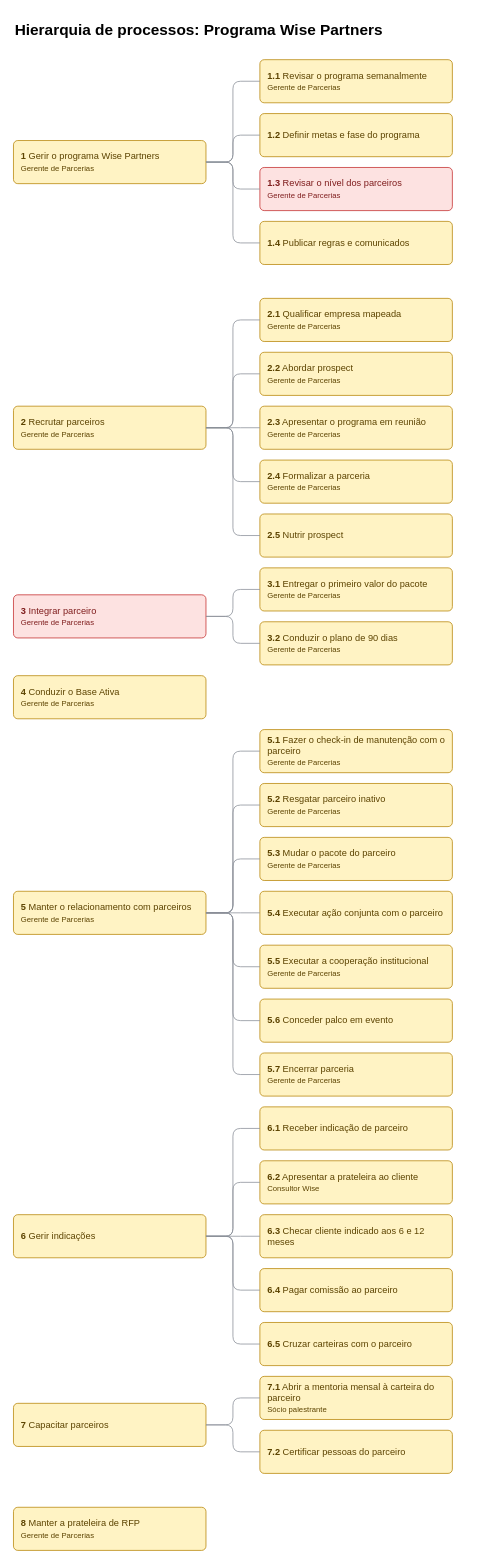
The draw.io diagram page "Hierarquia" (2 of 7) of mapeamentos/wise-partners/saidas/mapa.drawio in Guilherme-MFaccin/Wise-Partners, before the edit. Source tidied: cells renumbered, new cells numbered last; positions are measured from the earlier drawing's top-left corner, leaving out a move shared by most shapes. Both pictures are drawn from the tidied source at 77%, with x=0, y=0 at pixel (13, 13).
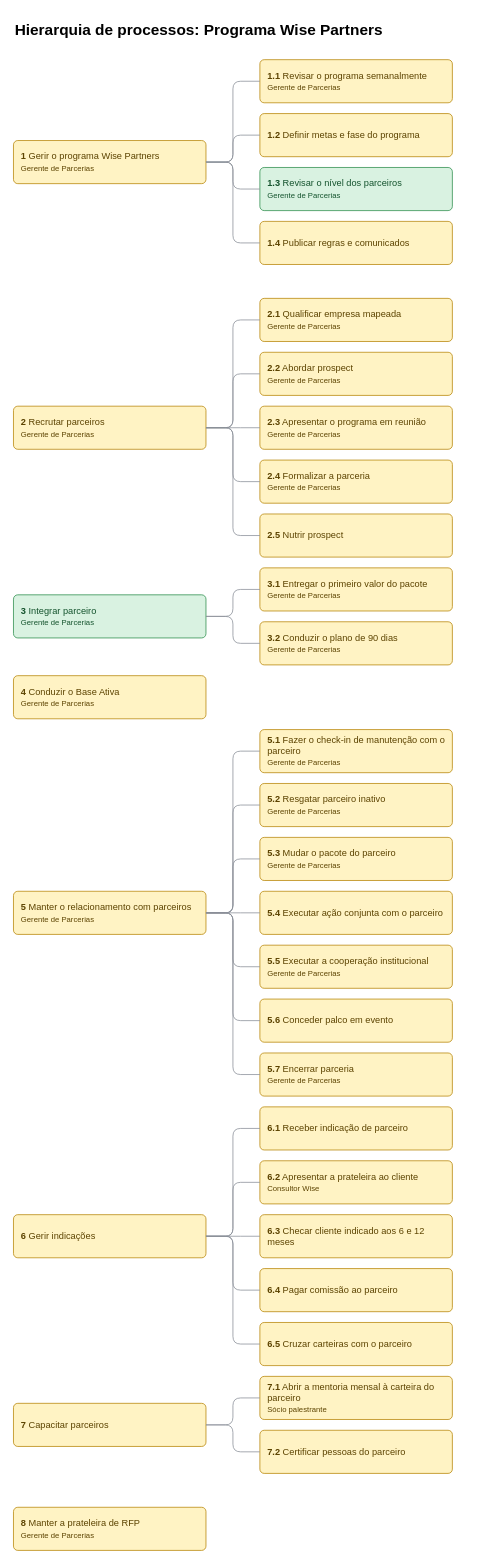
Above is the later version.

Diff of the diagram source:
```diff
@@
-    <mxCell id="6" value="&lt;b&gt;1.3&lt;/b&gt; Revisar o nível dos parceiros&lt;br&gt;&lt;font style='font-size:10px'&gt;Gerente de Parcerias&lt;/font&gt;" style="rounded=1;whiteSpace=wrap;html=1;arcSize=10;fillColor=#FDE2E1;strokeColor=#C53030;fontColor=#7F1D1D;fontSize=12;align=left;spacingLeft=8;" parent="1" vertex="1">
+    <mxCell id="6" value="&lt;b&gt;1.3&lt;/b&gt; Revisar o nível dos parceiros&lt;br&gt;&lt;font style='font-size:10px'&gt;Gerente de Parcerias&lt;/font&gt;" style="rounded=1;whiteSpace=wrap;html=1;arcSize=10;fillColor=#D9F2E1;strokeColor=#2F8F4E;fontColor=#14532D;fontSize=12;align=left;spacingLeft=8;" parent="1" vertex="1">
       <mxGeometry x="320" y="200" width="250" height="56" as="geometry" />
     </mxCell>
@@
-    <mxCell id="14" value="&lt;b&gt;3&lt;/b&gt; Integrar parceiro&lt;br&gt;&lt;font style='font-size:10px'&gt;Gerente de Parcerias&lt;/font&gt;" style="rounded=1;whiteSpace=wrap;html=1;arcSize=10;fillColor=#FDE2E1;strokeColor=#C53030;fontColor=#7F1D1D;fontSize=12;align=left;spacingLeft=8;" parent="1" vertex="1">
+    <mxCell id="14" value="&lt;b&gt;3&lt;/b&gt; Integrar parceiro&lt;br&gt;&lt;font style='font-size:10px'&gt;Gerente de Parcerias&lt;/font&gt;" style="rounded=1;whiteSpace=wrap;html=1;arcSize=10;fillColor=#D9F2E1;strokeColor=#2F8F4E;fontColor=#14532D;fontSize=12;align=left;spacingLeft=8;" parent="1" vertex="1">
       <mxGeometry y="755" width="250" height="56" as="geometry" />
     </mxCell>
```
